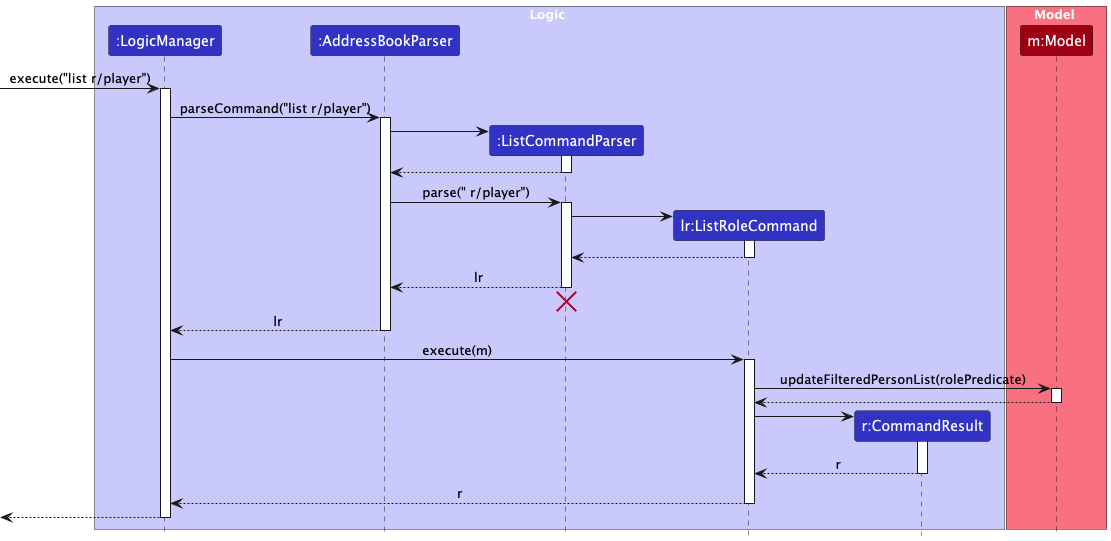
AY2526S2-CS2103-F08-2/tp keeps this PlantUML diagram as docs/images/ListRoleSequenceDiagram.png. Above is the earlier version.
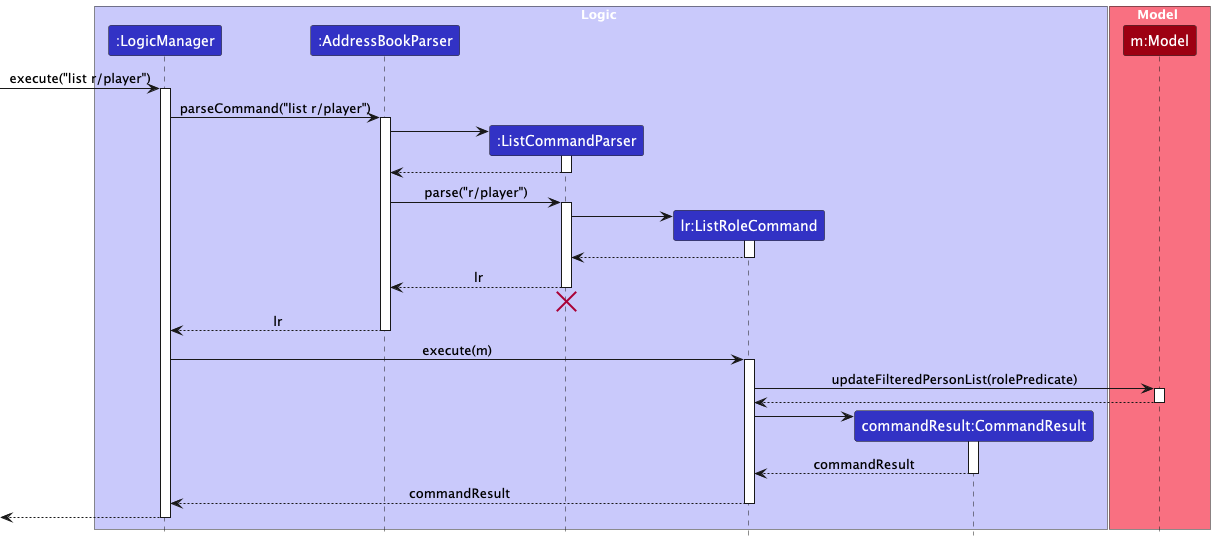
Above is the later version.

Change to the diagram source:
```diff
@@ -7,7 +7,7 @@
 participant ":AddressBookParser" as AddressBookParser LOGIC_COLOR
 participant ":ListCommandParser" as ListCommandParser LOGIC_COLOR
 participant "lr:ListRoleCommand" as ListRoleCommand LOGIC_COLOR
-participant "r:CommandResult" as CommandResult LOGIC_COLOR
+participant "commandResult:CommandResult" as CommandResult LOGIC_COLOR
 end box
 
 box Model MODEL_COLOR_T1
@@ -27,7 +27,7 @@
 ListCommandParser --> AddressBookParser
 deactivate ListCommandParser
 
-AddressBookParser -> ListCommandParser : parse(" r/player")
+AddressBookParser -> ListCommandParser : parse("r/player")
 activate ListCommandParser
 
 create ListRoleCommand
@@ -56,10 +56,10 @@
 create CommandResult
 ListRoleCommand -> CommandResult
 activate CommandResult
-CommandResult --> ListRoleCommand : r
+CommandResult --> ListRoleCommand : commandResult
 deactivate CommandResult
 
-ListRoleCommand --> LogicManager : r
+ListRoleCommand --> LogicManager : commandResult
 deactivate ListRoleCommand
 
 [<--LogicManager
```
